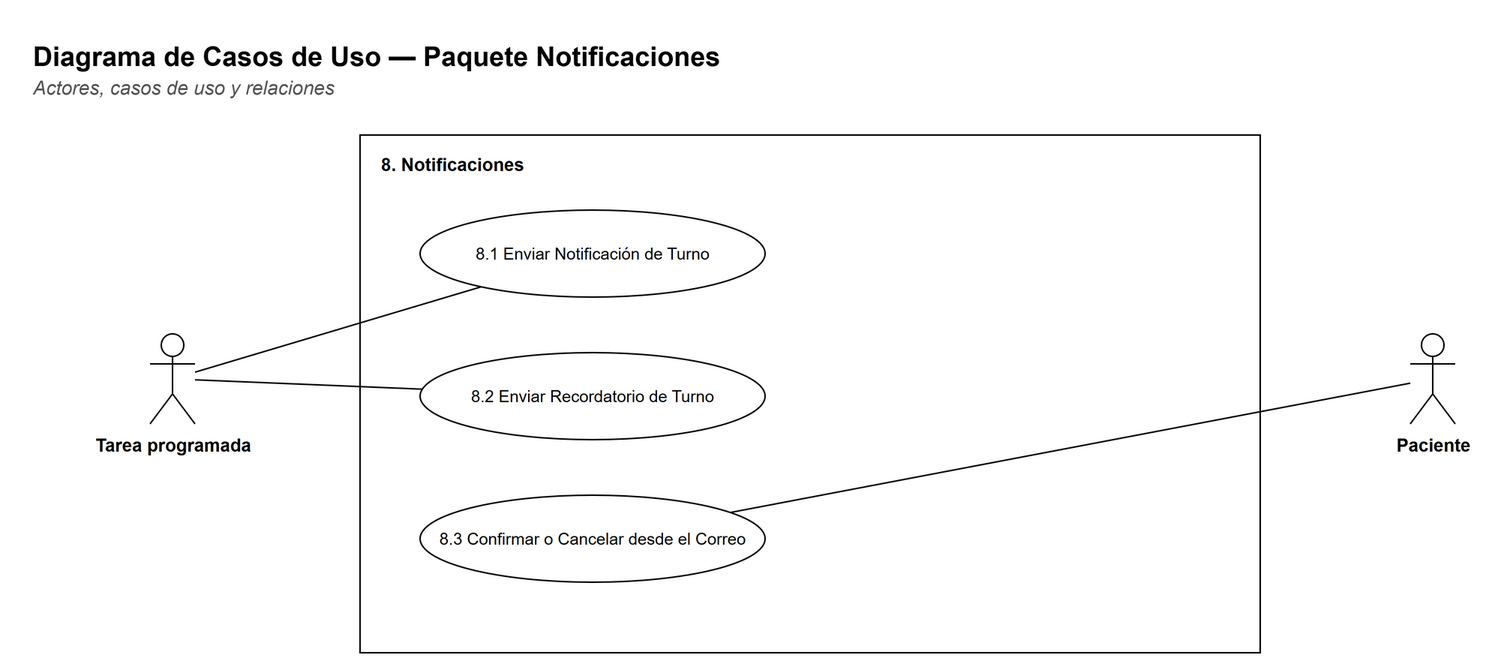
This is docs/diagramas/paquete-notificaciones-casos.png from Matiglorioso/kineturnos, a draw.io export, as it was before one commit. Source tidied: cells renumbered, new cells last; positions are measured from the earlier drawing's top-left corner, leaving out a move shared by most shapes. Source of this version:
```xml
<mxGraphModel background="#FFFFFF">
  <root>
    <mxCell id="0" />
    <mxCell id="1" parent="0" />
    <mxCell id="2" value="&lt;b&gt;Diagrama de Casos de Uso — Paquete Notificaciones&lt;/b&gt;" style="text;html=1;strokeColor=none;fillColor=none;align=left;verticalAlign=top;whiteSpace=wrap;fontFamily=Helvetica;fontSize=18;" parent="1" vertex="1">
      <mxGeometry width="900" height="26" as="geometry" />
    </mxCell>
    <mxCell id="3" value="&lt;i&gt;Actores, casos de uso y relaciones&lt;/i&gt;" style="text;html=1;strokeColor=none;fillColor=none;align=left;verticalAlign=top;whiteSpace=wrap;fontFamily=Helvetica;fontSize=13;fontColor=#555555;" parent="1" vertex="1">
      <mxGeometry y="24" width="900" height="20" as="geometry" />
    </mxCell>
    <mxCell id="4" style="rounded=0;whiteSpace=wrap;html=1;fillColor=#FFFFFF;strokeColor=#000000;fontFamily=Helvetica;fontSize=12;verticalAlign=top;" parent="1" vertex="1">
      <mxGeometry x="220" y="70" width="600" height="345" as="geometry" />
    </mxCell>
    <mxCell id="5" value="&lt;b&gt;8. Notificaciones&lt;/b&gt;" style="text;html=1;strokeColor=none;fillColor=none;align=left;verticalAlign=top;whiteSpace=wrap;fontFamily=Helvetica;fontSize=12;" parent="1" vertex="1">
      <mxGeometry x="232" y="76" width="580" height="20" as="geometry" />
    </mxCell>
    <mxCell id="6" value="8.1 Enviar Notificación de Turno" style="ellipse;whiteSpace=wrap;html=1;fillColor=#FFFFFF;strokeColor=#000000;fontFamily=Helvetica;fontSize=11;" parent="1" vertex="1">
      <mxGeometry x="260" y="120" width="230" height="58" as="geometry" />
    </mxCell>
    <mxCell id="7" value="8.2 Enviar Recordatorio de Turno" style="ellipse;whiteSpace=wrap;html=1;fillColor=#FFFFFF;strokeColor=#000000;fontFamily=Helvetica;fontSize=11;" parent="1" vertex="1">
      <mxGeometry x="260" y="215" width="230" height="58" as="geometry" />
    </mxCell>
    <mxCell id="8" value="8.3 Confirmar o Cancelar desde el Correo" style="ellipse;whiteSpace=wrap;html=1;fillColor=#FFFFFF;strokeColor=#000000;fontFamily=Helvetica;fontSize=11;" parent="1" vertex="1">
      <mxGeometry x="260" y="310" width="230" height="58" as="geometry" />
    </mxCell>
    <mxCell id="9" value="Tarea programada" style="shape=umlActor;verticalLabelPosition=bottom;verticalAlign=top;html=1;outlineConnect=0;fillColor=#FFFFFF;strokeColor=#000000;fontFamily=Helvetica;fontSize=12;fontStyle=1;" parent="1" vertex="1">
      <mxGeometry x="80" y="202.5" width="30" height="60" as="geometry" />
    </mxCell>
    <mxCell id="10" value="Paciente" style="shape=umlActor;verticalLabelPosition=bottom;verticalAlign=top;html=1;outlineConnect=0;fillColor=#FFFFFF;strokeColor=#000000;fontFamily=Helvetica;fontSize=12;fontStyle=1;" parent="1" vertex="1">
      <mxGeometry x="920" y="202.5" width="30" height="60" as="geometry" />
    </mxCell>
    <mxCell id="11" style="edgeStyle=none;html=1;endArrow=none;endFill=0;strokeColor=#000000;fontFamily=Helvetica;fontSize=11;labelBackgroundColor=#FFFFFF;" parent="1" edge="1" source="9" target="6">
      <mxGeometry relative="1" as="geometry" />
    </mxCell>
    <mxCell id="12" style="edgeStyle=none;html=1;endArrow=none;endFill=0;strokeColor=#000000;fontFamily=Helvetica;fontSize=11;labelBackgroundColor=#FFFFFF;" parent="1" edge="1" source="9" target="7">
      <mxGeometry relative="1" as="geometry" />
    </mxCell>
    <mxCell id="13" style="edgeStyle=none;html=1;endArrow=none;endFill=0;strokeColor=#000000;fontFamily=Helvetica;fontSize=11;labelBackgroundColor=#FFFFFF;" parent="1" edge="1" source="10" target="8">
      <mxGeometry relative="1" as="geometry" />
    </mxCell>
  </root>
</mxGraphModel>
```
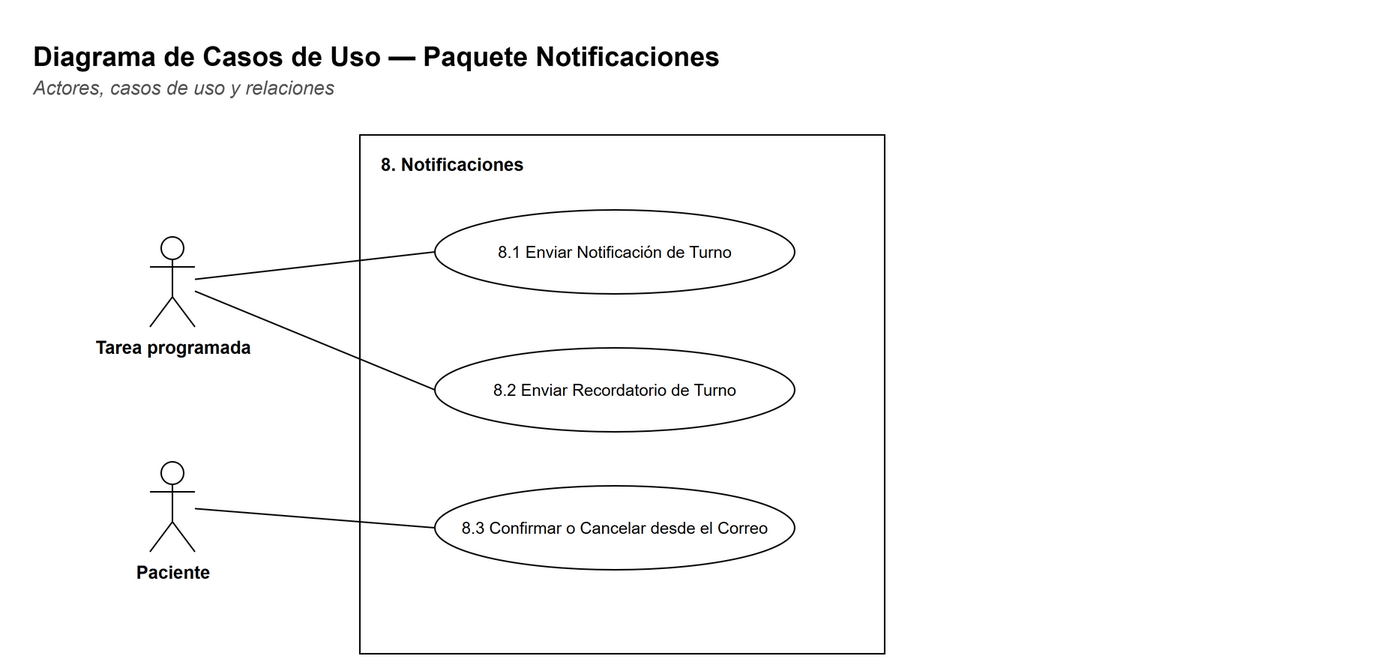
The same file after the commit.

What changed in the source:
```diff
@@ -9,33 +9,33 @@
       <mxGeometry y="24" width="900" height="20" as="geometry" />
     </mxCell>
     <mxCell id="4" style="rounded=0;whiteSpace=wrap;html=1;fillColor=#FFFFFF;strokeColor=#000000;fontFamily=Helvetica;fontSize=12;verticalAlign=top;" parent="1" vertex="1">
-      <mxGeometry x="220" y="70" width="600" height="345" as="geometry" />
+      <mxGeometry x="220" y="70" width="350" height="346" as="geometry" />
     </mxCell>
     <mxCell id="5" value="&lt;b&gt;8. Notificaciones&lt;/b&gt;" style="text;html=1;strokeColor=none;fillColor=none;align=left;verticalAlign=top;whiteSpace=wrap;fontFamily=Helvetica;fontSize=12;" parent="1" vertex="1">
-      <mxGeometry x="232" y="76" width="580" height="20" as="geometry" />
+      <mxGeometry x="232" y="76" width="330" height="20" as="geometry" />
     </mxCell>
     <mxCell id="6" value="8.1 Enviar Notificación de Turno" style="ellipse;whiteSpace=wrap;html=1;fillColor=#FFFFFF;strokeColor=#000000;fontFamily=Helvetica;fontSize=11;" parent="1" vertex="1">
-      <mxGeometry x="260" y="120" width="230" height="58" as="geometry" />
+      <mxGeometry x="270" y="120" width="240" height="56" as="geometry" />
     </mxCell>
     <mxCell id="7" value="8.2 Enviar Recordatorio de Turno" style="ellipse;whiteSpace=wrap;html=1;fillColor=#FFFFFF;strokeColor=#000000;fontFamily=Helvetica;fontSize=11;" parent="1" vertex="1">
-      <mxGeometry x="260" y="215" width="230" height="58" as="geometry" />
+      <mxGeometry x="270" y="212" width="240" height="56" as="geometry" />
     </mxCell>
     <mxCell id="8" value="8.3 Confirmar o Cancelar desde el Correo" style="ellipse;whiteSpace=wrap;html=1;fillColor=#FFFFFF;strokeColor=#000000;fontFamily=Helvetica;fontSize=11;" parent="1" vertex="1">
-      <mxGeometry x="260" y="310" width="230" height="58" as="geometry" />
+      <mxGeometry x="270" y="304" width="240" height="56" as="geometry" />
     </mxCell>
     <mxCell id="9" value="Tarea programada" style="shape=umlActor;verticalLabelPosition=bottom;verticalAlign=top;html=1;outlineConnect=0;fillColor=#FFFFFF;strokeColor=#000000;fontFamily=Helvetica;fontSize=12;fontStyle=1;" parent="1" vertex="1">
-      <mxGeometry x="80" y="202.5" width="30" height="60" as="geometry" />
+      <mxGeometry x="80" y="138" width="30" height="60" as="geometry" />
     </mxCell>
     <mxCell id="10" value="Paciente" style="shape=umlActor;verticalLabelPosition=bottom;verticalAlign=top;html=1;outlineConnect=0;fillColor=#FFFFFF;strokeColor=#000000;fontFamily=Helvetica;fontSize=12;fontStyle=1;" parent="1" vertex="1">
-      <mxGeometry x="920" y="202.5" width="30" height="60" as="geometry" />
+      <mxGeometry x="80" y="288" width="30" height="60" as="geometry" />
     </mxCell>
-    <mxCell id="11" style="edgeStyle=none;html=1;endArrow=none;endFill=0;strokeColor=#000000;fontFamily=Helvetica;fontSize=11;labelBackgroundColor=#FFFFFF;" parent="1" edge="1" source="9" target="6">
+    <mxCell id="11" style="edgeStyle=none;html=1;endArrow=none;endFill=0;strokeColor=#000000;fontFamily=Helvetica;fontSize=11;labelBackgroundColor=#FFFFFF;entryX=0;entryY=0.5;entryDx=0;entryDy=0;" parent="1" edge="1" source="9" target="6">
       <mxGeometry relative="1" as="geometry" />
     </mxCell>
-    <mxCell id="12" style="edgeStyle=none;html=1;endArrow=none;endFill=0;strokeColor=#000000;fontFamily=Helvetica;fontSize=11;labelBackgroundColor=#FFFFFF;" parent="1" edge="1" source="9" target="7">
+    <mxCell id="12" style="edgeStyle=none;html=1;endArrow=none;endFill=0;strokeColor=#000000;fontFamily=Helvetica;fontSize=11;labelBackgroundColor=#FFFFFF;entryX=0;entryY=0.5;entryDx=0;entryDy=0;" parent="1" edge="1" source="9" target="7">
       <mxGeometry relative="1" as="geometry" />
     </mxCell>
-    <mxCell id="13" style="edgeStyle=none;html=1;endArrow=none;endFill=0;strokeColor=#000000;fontFamily=Helvetica;fontSize=11;labelBackgroundColor=#FFFFFF;" parent="1" edge="1" source="10" target="8">
+    <mxCell id="13" style="edgeStyle=none;html=1;endArrow=none;endFill=0;strokeColor=#000000;fontFamily=Helvetica;fontSize=11;labelBackgroundColor=#FFFFFF;entryX=0;entryY=0.5;entryDx=0;entryDy=0;" parent="1" edge="1" source="10" target="8">
       <mxGeometry relative="1" as="geometry" />
     </mxCell>
   </root>
```
